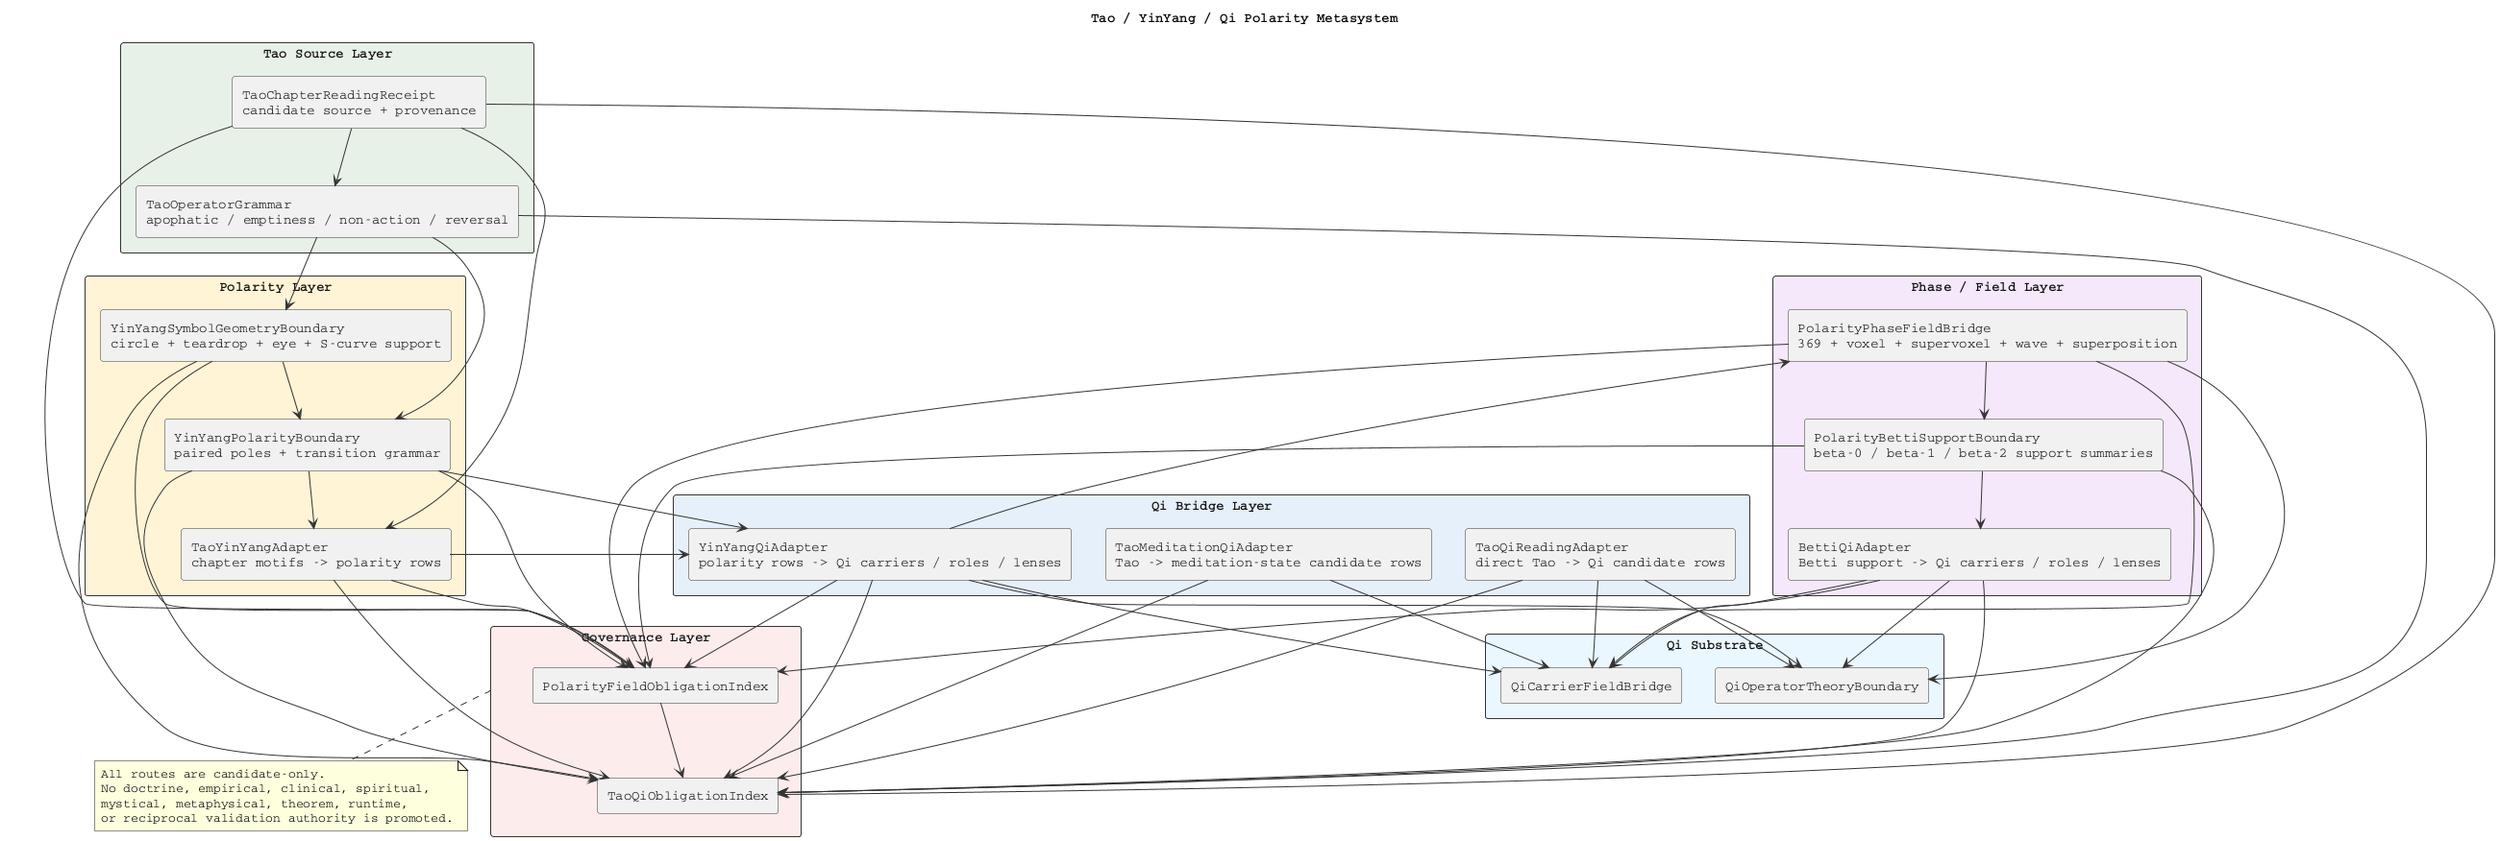
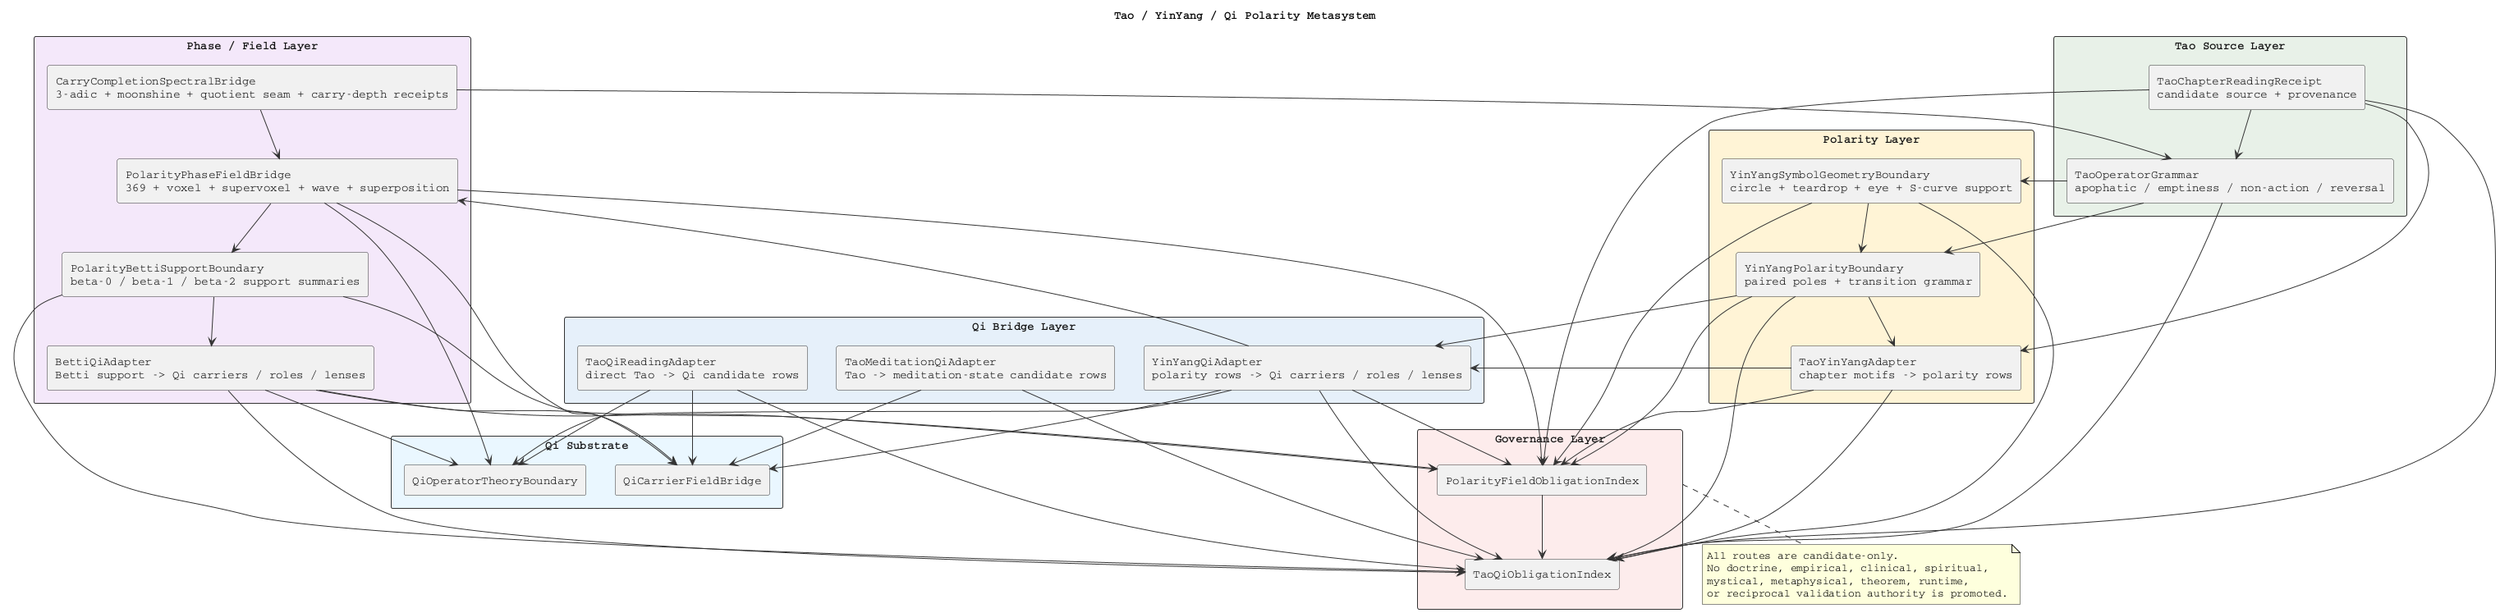
@startuml TaoQiPolarityMetasystem
title Tao / YinYang / Qi Polarity Metasystem

skinparam backgroundColor white
skinparam shadowing false
skinparam defaultFontName Courier
skinparam packageStyle rectangle
skinparam ArrowColor #333333
skinparam RectangleBorderColor #333333
skinparam RectangleFontColor #111111

rectangle "Tao Source Layer" as TaoSource #E8F1E8 {
  rectangle "TaoChapterReadingReceipt\ncandidate source + provenance" as TaoChapter
  rectangle "TaoOperatorGrammar\napophatic / emptiness / non-action / reversal" as TaoOps
}

rectangle "Polarity Layer" as Polarity #FFF4D6 {
  rectangle "YinYangSymbolGeometryBoundary\ncircle + teardrop + eye + S-curve support" as YinYangGeometry
  rectangle "YinYangPolarityBoundary\npaired poles + transition grammar" as YinYangBoundary
  rectangle "TaoYinYangAdapter\nchapter motifs -> polarity rows" as TaoYinYang
}

rectangle "Qi Bridge Layer" as QiBridgeLayer #E6F0FA {
  rectangle "YinYangQiAdapter\npolarity rows -> Qi carriers / roles / lenses" as YinYangQi
  rectangle "TaoQiReadingAdapter\ndirect Tao -> Qi candidate rows" as TaoQi
  rectangle "TaoMeditationQiAdapter\nTao -> meditation-state candidate rows" as TaoMeditation
}

rectangle "Phase / Field Layer" as FieldLayer #F4E8FA {
+   rectangle "CarryCompletionSpectralBridge\n3-adic + moonshine + quotient seam + carry-depth receipts" as CarryCompletion
  rectangle "PolarityPhaseFieldBridge\n369 + voxel + supervoxel + wave + superposition" as PhaseField
  rectangle "PolarityBettiSupportBoundary\nbeta-0 / beta-1 / beta-2 support summaries" as BettiSupport
  rectangle "BettiQiAdapter\nBetti support -> Qi carriers / roles / lenses" as BettiQi
}

rectangle "Qi Substrate" as QiSubstrate #EAF7FF {
  rectangle "QiCarrierFieldBridge" as QiCarrier
  rectangle "QiOperatorTheoryBoundary" as QiOperator
}

rectangle "Governance Layer" as Governance #FDECEC {
  rectangle "PolarityFieldObligationIndex" as PolarityIndex
  rectangle "TaoQiObligationIndex" as TaoQiIndex
}

TaoChapter --> TaoOps
+ CarryCompletion --> TaoOps
TaoOps --> YinYangGeometry
YinYangGeometry --> YinYangBoundary
TaoOps --> YinYangBoundary
TaoChapter --> TaoYinYang
YinYangBoundary --> TaoYinYang
TaoYinYang --> YinYangQi
YinYangBoundary --> YinYangQi
YinYangQi --> PhaseField
+ CarryCompletion --> PhaseField
PhaseField --> BettiSupport
BettiSupport --> BettiQi
BettiQi --> QiCarrier
BettiQi --> QiOperator
YinYangQi --> QiCarrier
YinYangQi --> QiOperator
TaoQi --> QiCarrier
TaoQi --> QiOperator
TaoMeditation --> QiCarrier
PhaseField --> QiCarrier
PhaseField --> QiOperator

TaoChapter --> PolarityIndex
YinYangGeometry --> PolarityIndex
YinYangBoundary --> PolarityIndex
TaoYinYang --> PolarityIndex
YinYangQi --> PolarityIndex
PhaseField --> PolarityIndex
BettiSupport --> PolarityIndex
BettiQi --> PolarityIndex

TaoChapter --> TaoQiIndex
TaoOps --> TaoQiIndex
YinYangGeometry --> TaoQiIndex
YinYangBoundary --> TaoQiIndex
TaoYinYang --> TaoQiIndex
YinYangQi --> TaoQiIndex
BettiSupport --> TaoQiIndex
BettiQi --> TaoQiIndex
TaoQi --> TaoQiIndex
TaoMeditation --> TaoQiIndex
PolarityIndex --> TaoQiIndex

note bottom of Governance
All routes are candidate-only.
No doctrine, empirical, clinical, spiritual,
mystical, metaphysical, theorem, runtime,
or reciprocal validation authority is promoted.
end note

@enduml
